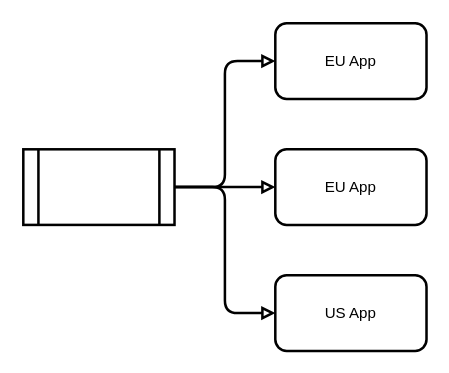
Earlier version of the draw.io diagram architecture/arch.drawio (codingconcepts/scale-spin). Source tidied: cells renumbered, new cells numbered last; positions are measured from the earlier drawing's top-left corner, leaving out a move shared by most shapes. Both pictures are drawn from the tidied source at 126%, with x=0, y=0 at pixel (23, 23).
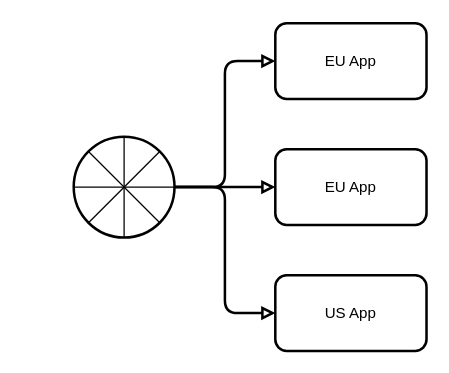
After the change.

Change to the diagram source:
```diff
@@
 <mxGraphModel>
   <root>
     <mxCell id="0" />
     <mxCell id="1" parent="0" />
-    <mxCell id="2" style="edgeStyle=orthogonalEdgeStyle;html=1;strokeWidth=2;endArrow=block;endFill=0;" parent="1" edge="1" source="5" target="6">
+    <mxCell id="2" style="edgeStyle=orthogonalEdgeStyle;html=1;strokeWidth=2;endArrow=block;endFill=0;exitX=1;exitY=0.5;exitDx=0;exitDy=0;" parent="1" edge="1" source="9" target="6">
       <mxGeometry relative="1" as="geometry" />
     </mxCell>
-    <mxCell id="3" style="edgeStyle=orthogonalEdgeStyle;html=1;strokeWidth=2;endArrow=block;endFill=0;" parent="1" edge="1" source="5" target="7">
+    <mxCell id="3" style="edgeStyle=orthogonalEdgeStyle;html=1;strokeWidth=2;endArrow=block;endFill=0;exitX=1;exitY=0.5;exitDx=0;exitDy=0;" parent="1" edge="1" source="9" target="7">
       <mxGeometry relative="1" as="geometry">
         <Array as="points">
           <mxPoint x="160" y="130" />
           <mxPoint x="160" y="30" />
         </Array>
       </mxGeometry>
     </mxCell>
-    <mxCell id="4" style="edgeStyle=orthogonalEdgeStyle;html=1;strokeWidth=2;endArrow=block;endFill=0;" parent="1" edge="1" source="5" target="8">
+    <mxCell id="4" style="edgeStyle=orthogonalEdgeStyle;html=1;strokeWidth=2;endArrow=block;endFill=0;exitX=1;exitY=0.5;exitDx=0;exitDy=0;" parent="1" edge="1" source="9" target="8">
       <mxGeometry relative="1" as="geometry">
         <Array as="points">
           <mxPoint x="160" y="130" />
           <mxPoint x="160" y="230" />
         </Array>
       </mxGeometry>
     </mxCell>
-    <mxCell id="5" style="shape=process;whiteSpace=wrap;html=1;backgroundOutline=1;strokeWidth=2;fillColor=none;" parent="1" vertex="1">
-      <mxGeometry y="100" width="120" height="60" as="geometry" />
-    </mxCell>
     <mxCell id="6" value="EU App" style="rounded=1;whiteSpace=wrap;html=1;fillColor=none;strokeWidth=2;" parent="1" vertex="1">
       <mxGeometry x="200" y="100" width="120" height="60" as="geometry" />
     </mxCell>
     <mxCell id="7" value="EU App" style="rounded=1;whiteSpace=wrap;html=1;fillColor=none;strokeWidth=2;" parent="1" vertex="1">
       <mxGeometry x="200" width="120" height="60" as="geometry" />
     </mxCell>
     <mxCell id="8" value="US App" style="rounded=1;whiteSpace=wrap;html=1;fillColor=none;strokeWidth=2;" parent="1" vertex="1">
       <mxGeometry x="200" y="200" width="120" height="60" as="geometry" />
     </mxCell>
+    <mxCell id="9" style="ellipse;whiteSpace=wrap;html=1;strokeWidth=2;fillColor=none;" parent="1" vertex="1">
+      <mxGeometry x="40" y="90" width="80" height="80" as="geometry" />
+    </mxCell>
+    <mxCell id="10" style="endArrow=none;html=1;strokeWidth=1;entryX=0.5;entryY=0;entryDx=0;entryDy=0;exitX=0.5;exitY=1;exitDx=0;exitDy=0;" parent="1" edge="1" source="9" target="9">
+      <mxGeometry relative="1" as="geometry" />
+    </mxCell>
+    <mxCell id="11" style="endArrow=none;html=1;strokeWidth=1;entryX=0;entryY=0.5;entryDx=0;entryDy=0;exitX=1;exitY=0.5;exitDx=0;exitDy=0;" parent="1" edge="1" source="9" target="9">
+      <mxGeometry relative="1" as="geometry" />
+    </mxCell>
+    <mxCell id="12" style="endArrow=none;html=1;strokeWidth=1;entryX=1;entryY=0;entryDx=0;entryDy=0;exitX=0;exitY=1;exitDx=0;exitDy=0;" parent="1" edge="1" source="9" target="9">
+      <mxGeometry relative="1" as="geometry" />
+    </mxCell>
+    <mxCell id="13" style="endArrow=none;html=1;strokeWidth=1;entryX=0;entryY=0;entryDx=0;entryDy=0;exitX=1;exitY=1;exitDx=0;exitDy=0;" parent="1" edge="1" source="9" target="9">
+      <mxGeometry relative="1" as="geometry" />
+    </mxCell>
   </root>
 </mxGraphModel>
```
